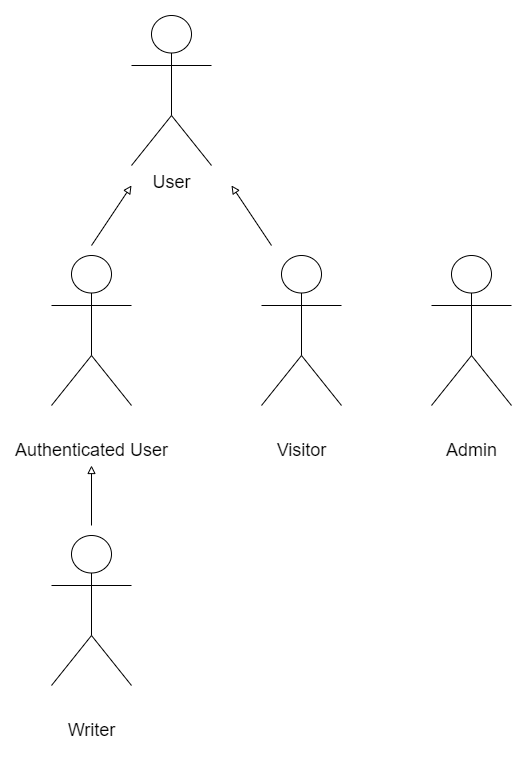
Earlier version of the draw.io export img/actors.png (claramoreirag/FEUP-LBAW). Source tidied: cells renumbered, new cells last; positions are measured from the earlier drawing's top-left corner, leaving out a move shared by most shapes.
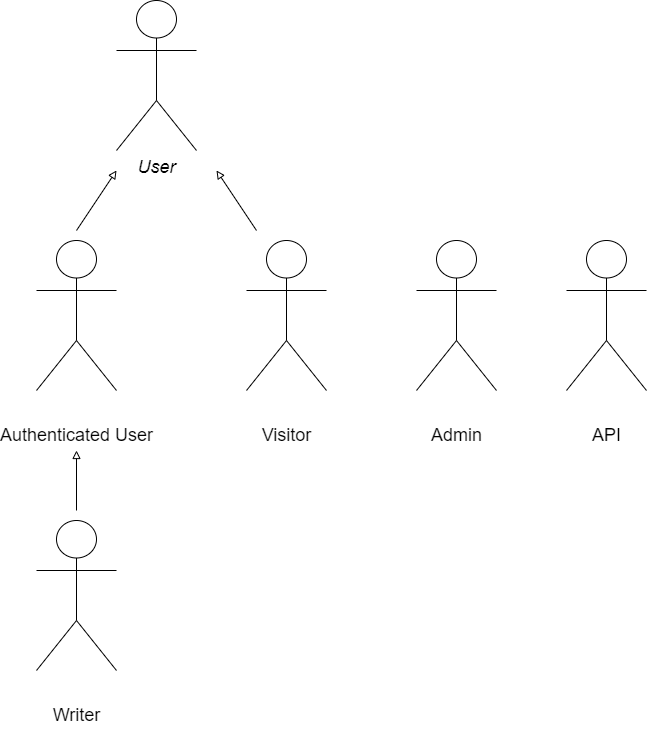
The same diagram one commit later.

Diff of the diagram source:
```diff
@@ -2,7 +2,7 @@
   <root>
     <mxCell id="0" />
     <mxCell id="1" parent="0" />
-    <mxCell id="2" value="&lt;font style=&quot;font-size: 18px&quot;&gt;User&lt;/font&gt;" style="shape=umlActor;verticalLabelPosition=bottom;verticalAlign=top;html=1;" parent="1" vertex="1">
+    <mxCell id="2" value="&lt;font style=&quot;font-size: 18px&quot;&gt;&lt;i&gt;User&lt;/i&gt;&lt;/font&gt;" style="shape=umlActor;verticalLabelPosition=bottom;verticalAlign=top;html=1;" parent="1" vertex="1">
       <mxGeometry x="80" width="80" height="150" as="geometry" />
     </mxCell>
     <mxCell id="3" value="&lt;font style=&quot;font-size: 18px&quot;&gt;Authenticated User&lt;/font&gt;" style="shape=umlActor;verticalLabelPosition=bottom;verticalAlign=top;html=1;fontFamily=Helvetica;fontStyle=0;fontSize=47;" parent="1" vertex="1">
@@ -35,5 +35,8 @@
         <mxPoint x="40" y="450" as="targetPoint" />
       </mxGeometry>
     </mxCell>
+    <mxCell id="10" value="&lt;font style=&quot;font-size: 18px&quot;&gt;API&lt;/font&gt;" style="shape=umlActor;verticalLabelPosition=bottom;verticalAlign=top;html=1;fontFamily=Helvetica;fontStyle=0;fontSize=47;" parent="1" vertex="1">
+      <mxGeometry x="530" y="240" width="80" height="150" as="geometry" />
+    </mxCell>
   </root>
 </mxGraphModel>
```
